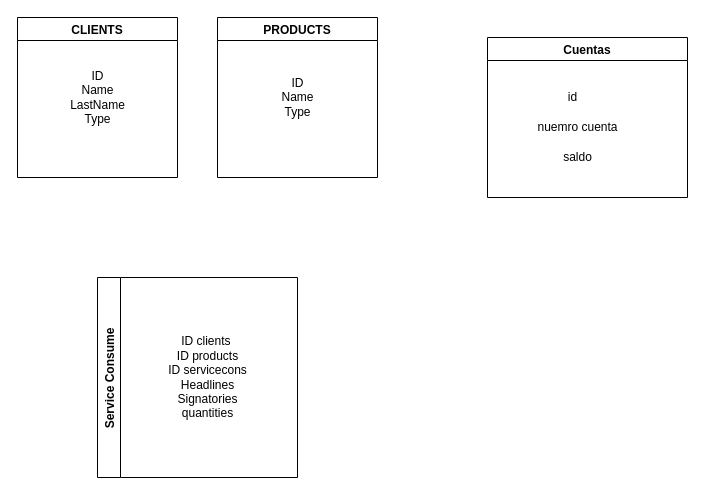
The draw.io diagram Untitled Diagram.drawio in Benjamin-DM/Proyecto1_NTT, before the edit. Source tidied: cells renumbered, new cells numbered last; positions are measured from the earlier drawing's top-left corner, leaving out a move shared by most shapes. Both pictures are drawn from the tidied source at 100%, with x=0, y=0 at pixel (17, 17).
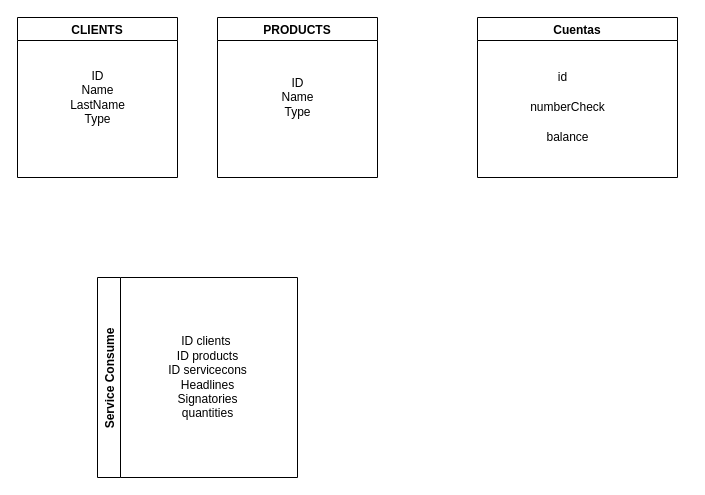
The same diagram, later.

The edit, as a diff of the source:
```diff
@@
 <mxGraphModel>
   <root>
     <mxCell id="0" />
     <mxCell id="1" parent="0" />
     <mxCell id="2" value="CLIENTS" style="swimlane;" parent="1" vertex="1">
       <mxGeometry width="160" height="160" as="geometry" />
     </mxCell>
     <mxCell id="3" value="ID&lt;br&gt;Name&lt;br&gt;LastName&lt;br&gt;Type" style="text;html=1;align=center;verticalAlign=middle;strokeColor=none;fillColor=none;" parent="2" vertex="1">
       <mxGeometry x="45" y="50" width="70" height="60" as="geometry" />
     </mxCell>
     <mxCell id="4" value="PRODUCTS" style="swimlane;" parent="1" vertex="1">
       <mxGeometry x="200" width="160" height="160" as="geometry" />
     </mxCell>
     <mxCell id="5" value="ID&lt;br&gt;Name&lt;br&gt;Type" style="text;html=1;align=center;verticalAlign=middle;strokeColor=none;fillColor=none;" parent="4" vertex="1">
       <mxGeometry x="55" y="55" width="50" height="50" as="geometry" />
     </mxCell>
     <mxCell id="6" value="Service Consume" style="swimlane;horizontal=0;" parent="1" vertex="1">
       <mxGeometry x="80" y="260" width="200" height="200" as="geometry" />
     </mxCell>
     <mxCell id="7" value="ID clients&amp;nbsp;&lt;br&gt;ID products&lt;br&gt;ID servicecons&lt;br&gt;Headlines&lt;br&gt;Signatories&lt;br&gt;quantities&lt;br&gt;" style="text;html=1;align=center;verticalAlign=middle;strokeColor=none;fillColor=none;" parent="6" vertex="1">
       <mxGeometry x="65" y="55" width="90" height="90" as="geometry" />
     </mxCell>
     <mxCell id="8" value="Cuentas" style="swimlane;" parent="1" vertex="1">
-      <mxGeometry x="470" y="20" width="200" height="160" as="geometry" />
+      <mxGeometry x="460" width="200" height="160" as="geometry" />
     </mxCell>
-    <mxCell id="9" value="nuemro cuenta" style="text;html=1;align=center;verticalAlign=middle;strokeColor=none;fillColor=none;" parent="8" vertex="1">
-      <mxGeometry x="40" y="80" width="100" height="20" as="geometry" />
+    <mxCell id="9" value="numberCheck" style="text;html=1;align=center;verticalAlign=middle;strokeColor=none;fillColor=none;" parent="8" vertex="1">
+      <mxGeometry x="45" y="80" width="90" height="20" as="geometry" />
     </mxCell>
     <mxCell id="10" value="id" style="text;html=1;align=center;verticalAlign=middle;strokeColor=none;fillColor=none;" parent="8" vertex="1">
       <mxGeometry x="70" y="50" width="30" height="20" as="geometry" />
     </mxCell>
-    <mxCell id="11" value="saldo" style="text;html=1;align=center;verticalAlign=middle;strokeColor=none;fillColor=none;" parent="8" vertex="1">
-      <mxGeometry x="70" y="110" width="40" height="20" as="geometry" />
+    <mxCell id="11" value="balance" style="text;html=1;align=center;verticalAlign=middle;strokeColor=none;fillColor=none;" parent="8" vertex="1">
+      <mxGeometry x="60" y="110" width="60" height="20" as="geometry" />
     </mxCell>
   </root>
 </mxGraphModel>
```
